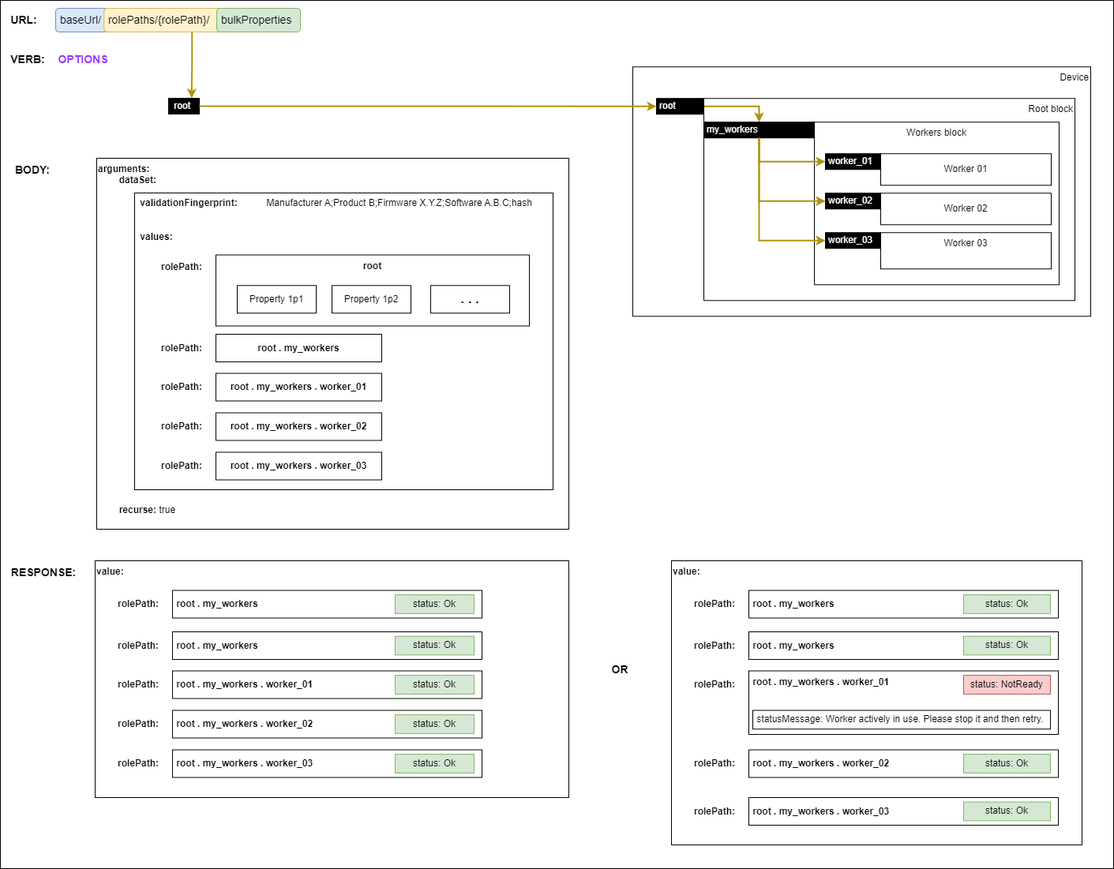
Above: docs/images/validating-full-backup.png in AMWA-TV/is-device-configuration (draw.io), before the change. Source tidied: cells renumbered, new cells last; positions are measured from the earlier drawing's top-left corner, leaving out a move shared by most shapes.
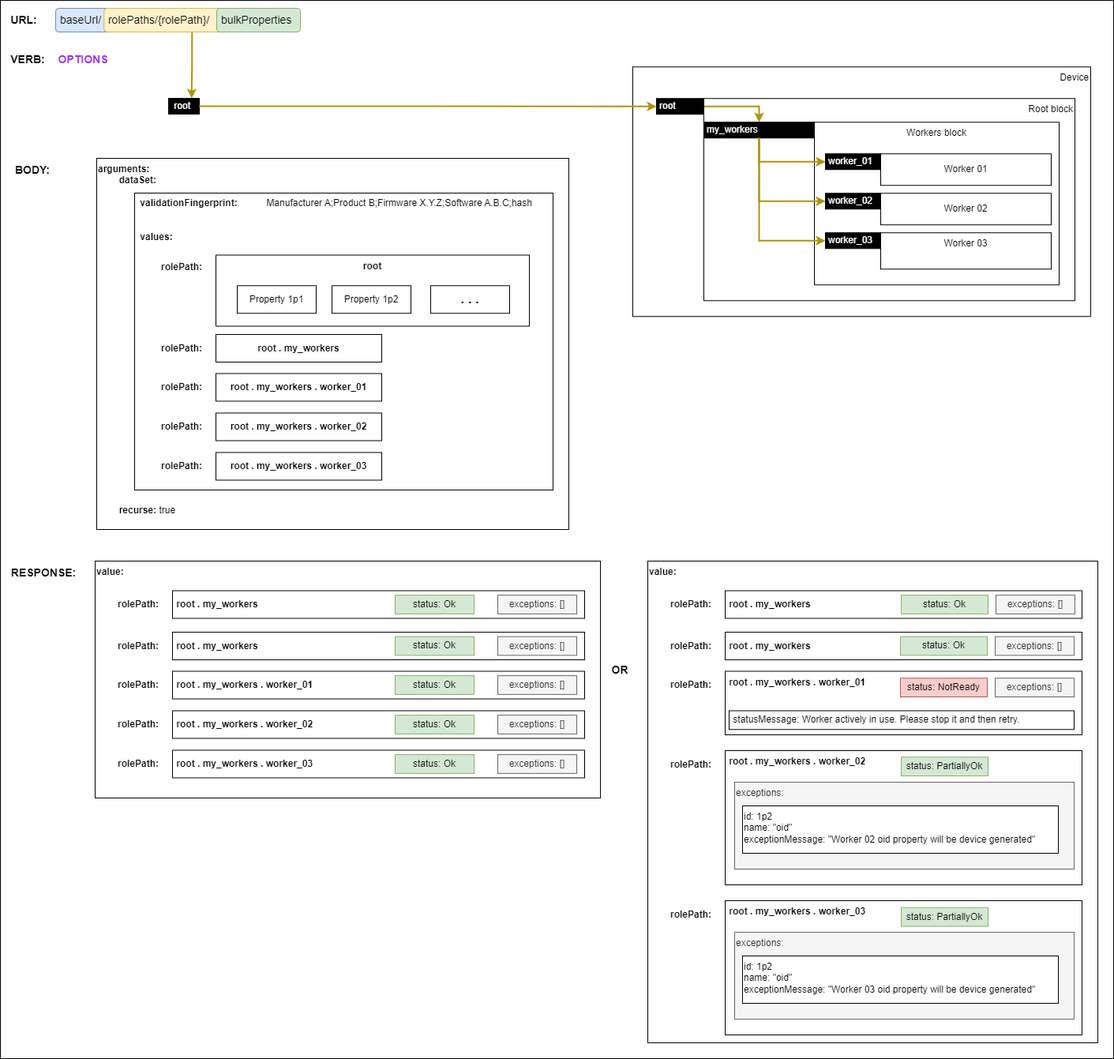
The same diagram one commit later.

Commit message:
Update validation and restore diagrams to include exception examples

Diff of the diagram source:
```diff
@@ -3,7 +3,7 @@
     <mxCell id="0" />
     <mxCell id="1" parent="0" />
     <mxCell id="2" style="rounded=0;whiteSpace=wrap;html=1;" parent="1" vertex="1">
-      <mxGeometry width="1410" height="1100" as="geometry" />
+      <mxGeometry width="1410" height="1340" as="geometry" />
     </mxCell>
     <mxCell id="3" value="&lt;div&gt;&lt;b&gt;arguments:&lt;/b&gt;&lt;/div&gt;&lt;div&gt;&lt;b&gt;&lt;span style=&quot;white-space: pre;&quot;&gt;&#9;&lt;/span&gt;dataSet:&lt;br&gt;&lt;/b&gt;&lt;/div&gt;&lt;div&gt;&lt;br&gt;&lt;/div&gt;&lt;div&gt;&lt;b&gt;&lt;span style=&quot;white-space: pre;&quot;&gt;&lt;span style=&quot;white-space: pre;&quot;&gt;&#9;&lt;/span&gt;&#9;&lt;/span&gt;validationFingerprint:&lt;/b&gt; &lt;span style=&quot;white-space: pre;&quot;&gt;&#9;&lt;/span&gt;&lt;span style=&quot;white-space: pre;&quot;&gt;&#9;&lt;/span&gt;Manufacturer A;Product B;Firmware X.Y.Z;Software A.B.C;hash&lt;br&gt;&lt;/div&gt;&lt;div&gt;&lt;br&gt;&lt;/div&gt;&lt;div&gt;&lt;br&gt;&lt;/div&gt;&lt;b&gt;&lt;span style=&quot;white-space: pre;&quot;&gt;&#9;&lt;span style=&quot;white-space: pre;&quot;&gt;&#9;&lt;/span&gt;&lt;/span&gt;values:&lt;/b&gt;&lt;div&gt;&lt;b&gt;&lt;br&gt;&lt;/b&gt;&lt;/div&gt;&lt;div&gt;&lt;b&gt;&lt;br&gt;&lt;/b&gt;&lt;/div&gt;&lt;div&gt;&lt;b&gt;&lt;br&gt;&lt;/b&gt;&lt;/div&gt;&lt;div&gt;&lt;b&gt;&lt;br&gt;&lt;/b&gt;&lt;/div&gt;&lt;div&gt;&lt;b&gt;&lt;br&gt;&lt;/b&gt;&lt;/div&gt;&lt;div&gt;&lt;b&gt;&lt;br&gt;&lt;/b&gt;&lt;/div&gt;&lt;div&gt;&lt;b&gt;&lt;br&gt;&lt;/b&gt;&lt;/div&gt;&lt;div&gt;&lt;b&gt;&lt;br&gt;&lt;/b&gt;&lt;/div&gt;&lt;div&gt;&lt;b&gt;&lt;br&gt;&lt;/b&gt;&lt;/div&gt;&lt;div&gt;&lt;b&gt;&lt;br&gt;&lt;/b&gt;&lt;/div&gt;&lt;div&gt;&lt;b&gt;&lt;br&gt;&lt;/b&gt;&lt;/div&gt;&lt;div&gt;&lt;b&gt;&lt;br&gt;&lt;/b&gt;&lt;/div&gt;&lt;div&gt;&lt;b&gt;&lt;br&gt;&lt;/b&gt;&lt;/div&gt;&lt;div&gt;&lt;b&gt;&lt;br&gt;&lt;/b&gt;&lt;/div&gt;&lt;div&gt;&lt;b&gt;&lt;br&gt;&lt;/b&gt;&lt;/div&gt;&lt;div&gt;&lt;b&gt;&lt;br&gt;&lt;/b&gt;&lt;/div&gt;&lt;div&gt;&lt;b&gt;&lt;br&gt;&lt;/b&gt;&lt;/div&gt;&lt;div&gt;&lt;b&gt;&lt;br&gt;&lt;/b&gt;&lt;/div&gt;&lt;div&gt;&lt;b&gt;&lt;br&gt;&lt;/b&gt;&lt;/div&gt;&lt;div&gt;&lt;b&gt;&lt;br&gt;&lt;/b&gt;&lt;/div&gt;&lt;div&gt;&lt;b&gt;&lt;br&gt;&lt;/b&gt;&lt;/div&gt;&lt;div&gt;&lt;b&gt;&lt;br&gt;&lt;/b&gt;&lt;/div&gt;&lt;div&gt;&lt;b&gt;&lt;br&gt;&lt;/b&gt;&lt;/div&gt;&lt;div&gt;&lt;b&gt;&lt;span style=&quot;white-space: pre;&quot;&gt;&#9;&lt;/span&gt;recurse:&lt;/b&gt; true&lt;br&gt;&lt;/div&gt;" style="rounded=0;whiteSpace=wrap;html=1;align=left;verticalAlign=top;" parent="1" vertex="1">
       <mxGeometry x="122" y="200" width="598" height="470" as="geometry" />
@@ -87,22 +87,22 @@
       <mxGeometry x="10" y="710" width="90" height="30" as="geometry" />
     </mxCell>
     <mxCell id="30" value="&lt;div&gt;&lt;b style=&quot;background-color: initial;&quot;&gt;value:&lt;/b&gt;&lt;br&gt;&lt;/div&gt;" style="rounded=0;whiteSpace=wrap;html=1;align=left;verticalAlign=top;" parent="1" vertex="1">
-      <mxGeometry x="120" y="710" width="600" height="300" as="geometry" />
+      <mxGeometry x="120" y="710" width="640" height="300" as="geometry" />
     </mxCell>
     <mxCell id="31" value="&lt;b&gt;rolePath:&lt;/b&gt;" style="text;html=1;align=center;verticalAlign=middle;whiteSpace=wrap;rounded=0;" parent="1" vertex="1">
       <mxGeometry x="145" y="750" width="60" height="30" as="geometry" />
     </mxCell>
     <mxCell id="32" value="&amp;nbsp;root . my_workers" style="rounded=0;whiteSpace=wrap;html=1;align=left;fontStyle=1;" parent="1" vertex="1">
-      <mxGeometry x="218" y="800" width="392" height="35" as="geometry" />
+      <mxGeometry x="218" y="800" width="522" height="35" as="geometry" />
     </mxCell>
     <mxCell id="33" value="&amp;nbsp;root . my_workers . worker_01" style="rounded=0;whiteSpace=wrap;html=1;align=left;fontStyle=1;" parent="1" vertex="1">
-      <mxGeometry x="218" y="849.5" width="392" height="35" as="geometry" />
+      <mxGeometry x="218" y="849.5" width="522" height="35" as="geometry" />
     </mxCell>
     <mxCell id="34" value="&amp;nbsp;root . my_workers . worker_02" style="rounded=0;whiteSpace=wrap;html=1;align=left;fontStyle=1;" parent="1" vertex="1">
-      <mxGeometry x="218" y="899.5" width="392" height="35" as="geometry" />
+      <mxGeometry x="218" y="899.5" width="522" height="35" as="geometry" />
     </mxCell>
     <mxCell id="35" value="&amp;nbsp;root . my_workers . worker_03" style="rounded=0;whiteSpace=wrap;html=1;align=left;fontStyle=1;" parent="1" vertex="1">
-      <mxGeometry x="218" y="949.5" width="392" height="35" as="geometry" />
+      <mxGeometry x="218" y="949.5" width="522" height="35" as="geometry" />
     </mxCell>
     <mxCell id="36" value="&lt;b&gt;rolePath:&lt;/b&gt;" style="text;html=1;align=center;verticalAlign=middle;whiteSpace=wrap;rounded=0;" parent="1" vertex="1">
       <mxGeometry x="145" y="802.5" width="60" height="30" as="geometry" />
@@ -159,7 +159,7 @@
       <mxGeometry x="200" y="575" width="60" height="30" as="geometry" />
     </mxCell>
     <mxCell id="54" value="&amp;nbsp;root . my_workers" style="rounded=0;whiteSpace=wrap;html=1;align=left;fontStyle=1;" parent="1" vertex="1">
-      <mxGeometry x="218" y="747.5" width="392" height="35" as="geometry" />
+      <mxGeometry x="218" y="747.5" width="522" height="35" as="geometry" />
     </mxCell>
     <mxCell id="55" value="status: Ok" style="rounded=0;whiteSpace=wrap;html=1;fillColor=#d5e8d4;strokeColor=#82b366;" parent="1" vertex="1">
       <mxGeometry x="500" y="753.1" width="100" height="23.8" as="geometry" />
@@ -177,58 +177,94 @@
       <mxGeometry x="500" y="955.1" width="100" height="23.8" as="geometry" />
     </mxCell>
     <mxCell id="60" value="&lt;div&gt;&lt;b style=&quot;background-color: initial;&quot;&gt;value:&lt;/b&gt;&lt;br&gt;&lt;/div&gt;" style="rounded=0;whiteSpace=wrap;html=1;align=left;verticalAlign=top;" parent="1" vertex="1">
-      <mxGeometry x="850" y="710" width="520" height="360" as="geometry" />
+      <mxGeometry x="820" y="710" width="570" height="610" as="geometry" />
     </mxCell>
     <mxCell id="61" value="&lt;b&gt;rolePath:&lt;/b&gt;" style="text;html=1;align=center;verticalAlign=middle;whiteSpace=wrap;rounded=0;" parent="1" vertex="1">
-      <mxGeometry x="875" y="750" width="60" height="30" as="geometry" />
+      <mxGeometry x="845" y="750" width="60" height="30" as="geometry" />
     </mxCell>
     <mxCell id="62" value="&amp;nbsp;root . my_workers" style="rounded=0;whiteSpace=wrap;html=1;align=left;fontStyle=1;" parent="1" vertex="1">
-      <mxGeometry x="948" y="800" width="392" height="35" as="geometry" />
+      <mxGeometry x="918" y="800" width="452" height="35" as="geometry" />
     </mxCell>
     <mxCell id="63" value="&amp;nbsp;root . my_workers . worker_01" style="rounded=0;whiteSpace=wrap;html=1;align=left;fontStyle=1;verticalAlign=top;" parent="1" vertex="1">
-      <mxGeometry x="948" y="849.5" width="392" height="80.5" as="geometry" />
+      <mxGeometry x="918" y="849.5" width="452" height="80.5" as="geometry" />
     </mxCell>
-    <mxCell id="64" value="&amp;nbsp;root . my_workers . worker_02" style="rounded=0;whiteSpace=wrap;html=1;align=left;fontStyle=1;" parent="1" vertex="1">
-      <mxGeometry x="948" y="949.5" width="392" height="35" as="geometry" />
-    </mxCell>
-    <mxCell id="65" value="&amp;nbsp;root . my_workers . worker_03" style="rounded=0;whiteSpace=wrap;html=1;align=left;fontStyle=1;" parent="1" vertex="1">
-      <mxGeometry x="948" y="1010" width="392" height="35" as="geometry" />
+    <mxCell id="65" value="&amp;nbsp;root . my_workers . worker_02" style="rounded=0;whiteSpace=wrap;html=1;align=left;fontStyle=1;verticalAlign=top;" parent="1" vertex="1">
+      <mxGeometry x="918" y="950" width="452" height="170" as="geometry" />
     </mxCell>
     <mxCell id="66" value="&lt;b&gt;rolePath:&lt;/b&gt;" style="text;html=1;align=center;verticalAlign=middle;whiteSpace=wrap;rounded=0;" parent="1" vertex="1">
-      <mxGeometry x="875" y="802.5" width="60" height="30" as="geometry" />
+      <mxGeometry x="845" y="802.5" width="60" height="30" as="geometry" />
     </mxCell>
     <mxCell id="67" value="&lt;b&gt;rolePath:&lt;/b&gt;" style="text;html=1;align=center;verticalAlign=middle;whiteSpace=wrap;rounded=0;" parent="1" vertex="1">
-      <mxGeometry x="875" y="852" width="60" height="30" as="geometry" />
+      <mxGeometry x="845" y="852" width="60" height="30" as="geometry" />
     </mxCell>
-    <mxCell id="68" value="&lt;b&gt;rolePath:&lt;/b&gt;" style="text;html=1;align=center;verticalAlign=middle;whiteSpace=wrap;rounded=0;" parent="1" vertex="1">
-      <mxGeometry x="875" y="952" width="60" height="30" as="geometry" />
-    </mxCell>
     <mxCell id="69" value="&lt;b&gt;rolePath:&lt;/b&gt;" style="text;html=1;align=center;verticalAlign=middle;whiteSpace=wrap;rounded=0;" parent="1" vertex="1">
-      <mxGeometry x="875" y="1012.5" width="60" height="30" as="geometry" />
+      <mxGeometry x="845" y="952.5" width="60" height="30" as="geometry" />
     </mxCell>
     <mxCell id="70" value="&amp;nbsp;root . my_workers" style="rounded=0;whiteSpace=wrap;html=1;align=left;fontStyle=1;" parent="1" vertex="1">
-      <mxGeometry x="948" y="747.5" width="392" height="35" as="geometry" />
+      <mxGeometry x="918" y="747.5" width="452" height="35" as="geometry" />
     </mxCell>
     <mxCell id="71" value="status: Ok" style="rounded=0;whiteSpace=wrap;html=1;fillColor=#d5e8d4;strokeColor=#82b366;" parent="1" vertex="1">
-      <mxGeometry x="1220" y="753.1" width="110" height="23.8" as="geometry" />
+      <mxGeometry x="1141" y="753.1" width="110" height="23.8" as="geometry" />
     </mxCell>
     <mxCell id="72" value="status: Ok" style="rounded=0;whiteSpace=wrap;html=1;strokeColor=#82b366;align=center;verticalAlign=middle;fontFamily=Helvetica;fontSize=12;fontColor=default;fillColor=#d5e8d4;" parent="1" vertex="1">
-      <mxGeometry x="1220" y="805.6" width="110" height="23.8" as="geometry" />
+      <mxGeometry x="1140" y="805.6" width="110" height="23.8" as="geometry" />
     </mxCell>
     <mxCell id="73" value="status: NotReady" style="rounded=0;whiteSpace=wrap;html=1;strokeColor=#b85450;align=center;verticalAlign=middle;fontFamily=Helvetica;fontSize=12;fillColor=#f8cecc;" parent="1" vertex="1">
-      <mxGeometry x="1220" y="855.1" width="110" height="23.8" as="geometry" />
+      <mxGeometry x="1140" y="858.2" width="110" height="23.8" as="geometry" />
     </mxCell>
-    <mxCell id="74" value="status: Ok" style="rounded=0;whiteSpace=wrap;html=1;strokeColor=#82b366;align=center;verticalAlign=middle;fontFamily=Helvetica;fontSize=12;fontColor=default;fillColor=#d5e8d4;" parent="1" vertex="1">
-      <mxGeometry x="1220" y="955.1" width="110" height="23.8" as="geometry" />
-    </mxCell>
-    <mxCell id="75" value="status: Ok" style="rounded=0;whiteSpace=wrap;html=1;strokeColor=#82b366;align=center;verticalAlign=middle;fontFamily=Helvetica;fontSize=12;fontColor=default;fillColor=#d5e8d4;" parent="1" vertex="1">
-      <mxGeometry x="1220" y="1015.6" width="110" height="23.8" as="geometry" />
+    <mxCell id="75" value="status: PartiallyOk" style="rounded=0;whiteSpace=wrap;html=1;strokeColor=#82b366;align=center;verticalAlign=middle;fontFamily=Helvetica;fontSize=12;fontColor=default;fillColor=#d5e8d4;" parent="1" vertex="1">
+      <mxGeometry x="1141" y="958.2" width="110" height="23.8" as="geometry" />
     </mxCell>
     <mxCell id="76" value="OR" style="text;html=1;strokeColor=none;fillColor=none;align=center;verticalAlign=middle;whiteSpace=wrap;rounded=0;fontStyle=1;fontSize=14;" parent="1" vertex="1">
       <mxGeometry x="740" y="832.5" width="90" height="30" as="geometry" />
     </mxCell>
     <mxCell id="77" value="&amp;nbsp;statusMessage: Worker actively in use. Please stop it and then retry." style="rounded=0;whiteSpace=wrap;html=1;align=left;verticalAlign=middle;fontFamily=Helvetica;fontSize=12;" parent="1" vertex="1">
-      <mxGeometry x="953" y="899.5" width="377" height="23.8" as="geometry" />
+      <mxGeometry x="923" y="899.5" width="437" height="23.8" as="geometry" />
     </mxCell>
+    <mxCell id="78" value="exceptions: []" style="rounded=0;whiteSpace=wrap;html=1;fillColor=#f5f5f5;fontColor=#333333;strokeColor=#666666;" parent="1" vertex="1">
+      <mxGeometry x="630" y="753.1" width="100" height="23.8" as="geometry" />
+    </mxCell>
+    <mxCell id="79" value="exceptions: []" style="rounded=0;whiteSpace=wrap;html=1;fillColor=#f5f5f5;fontColor=#333333;strokeColor=#666666;" parent="1" vertex="1">
+      <mxGeometry x="630" y="805.6" width="100" height="23.8" as="geometry" />
+    </mxCell>
+    <mxCell id="80" value="exceptions: []" style="rounded=0;whiteSpace=wrap;html=1;fillColor=#f5f5f5;fontColor=#333333;strokeColor=#666666;" parent="1" vertex="1">
+      <mxGeometry x="630" y="855.1" width="100" height="23.8" as="geometry" />
+    </mxCell>
+    <mxCell id="81" value="exceptions: []" style="rounded=0;whiteSpace=wrap;html=1;fillColor=#f5f5f5;fontColor=#333333;strokeColor=#666666;" parent="1" vertex="1">
+      <mxGeometry x="630" y="905.1" width="100" height="23.8" as="geometry" />
+    </mxCell>
+    <mxCell id="82" value="exceptions: []" style="rounded=0;whiteSpace=wrap;html=1;fillColor=#f5f5f5;fontColor=#333333;strokeColor=#666666;" parent="1" vertex="1">
+      <mxGeometry x="630" y="955.1" width="100" height="23.8" as="geometry" />
+    </mxCell>
+    <mxCell id="83" value="exceptions:" style="rounded=0;whiteSpace=wrap;html=1;fillColor=#f5f5f5;fontColor=#333333;strokeColor=#666666;verticalAlign=top;align=left;" parent="1" vertex="1">
+      <mxGeometry x="930" y="990" width="430" height="110" as="geometry" />
+    </mxCell>
+    <mxCell id="84" value="id: 1p2&lt;div&gt;name: &quot;oid&quot;&lt;br&gt;&lt;/div&gt;&lt;div&gt;exceptionMessage: &quot;Worker 02 oid property will be device generated&quot;&lt;br&gt;&lt;/div&gt;" style="rounded=0;whiteSpace=wrap;html=1;align=left;verticalAlign=top;fontFamily=Helvetica;fontSize=12;" parent="1" vertex="1">
+      <mxGeometry x="940" y="1020" width="400" height="60" as="geometry" />
+    </mxCell>
+    <mxCell id="85" value="&amp;nbsp;root . my_workers . worker_03" style="rounded=0;whiteSpace=wrap;html=1;align=left;fontStyle=1;verticalAlign=top;" parent="1" vertex="1">
+      <mxGeometry x="918" y="1140" width="452" height="170" as="geometry" />
+    </mxCell>
+    <mxCell id="68" value="&lt;b&gt;rolePath:&lt;/b&gt;" style="text;html=1;align=center;verticalAlign=middle;whiteSpace=wrap;rounded=0;" parent="1" vertex="1">
+      <mxGeometry x="845" y="1142.5" width="60" height="30" as="geometry" />
+    </mxCell>
+    <mxCell id="86" value="status: PartiallyOk" style="rounded=0;whiteSpace=wrap;html=1;strokeColor=#82b366;align=center;verticalAlign=middle;fontFamily=Helvetica;fontSize=12;fontColor=default;fillColor=#d5e8d4;" parent="1" vertex="1">
+      <mxGeometry x="1141" y="1148.8" width="110" height="23.8" as="geometry" />
+    </mxCell>
+    <mxCell id="87" value="exceptions: []" style="rounded=0;whiteSpace=wrap;html=1;fillColor=#f5f5f5;fontColor=#333333;strokeColor=#666666;" parent="1" vertex="1">
+      <mxGeometry x="1261" y="753.1" width="100" height="23.8" as="geometry" />
+    </mxCell>
+    <mxCell id="88" value="exceptions:" style="rounded=0;whiteSpace=wrap;html=1;fillColor=#f5f5f5;fontColor=#333333;strokeColor=#666666;verticalAlign=top;align=left;" parent="1" vertex="1">
+      <mxGeometry x="930" y="1180" width="430" height="110" as="geometry" />
+    </mxCell>
+    <mxCell id="89" value="id: 1p2&lt;div&gt;name: &quot;oid&quot;&lt;br&gt;&lt;/div&gt;&lt;div&gt;exceptionMessage: &quot;Worker 03 oid property will be device generated&quot;&lt;br&gt;&lt;/div&gt;" style="rounded=0;whiteSpace=wrap;html=1;align=left;verticalAlign=top;fontFamily=Helvetica;fontSize=12;" parent="1" vertex="1">
+      <mxGeometry x="940" y="1210" width="400" height="60" as="geometry" />
+    </mxCell>
+    <mxCell id="90" value="exceptions: []" style="rounded=0;whiteSpace=wrap;html=1;fillColor=#f5f5f5;fontColor=#333333;strokeColor=#666666;" parent="1" vertex="1">
+      <mxGeometry x="1260" y="805.6" width="100" height="23.8" as="geometry" />
+    </mxCell>
+    <mxCell id="91" value="exceptions: []" style="rounded=0;whiteSpace=wrap;html=1;fillColor=#f5f5f5;fontColor=#333333;strokeColor=#666666;" parent="1" vertex="1">
+      <mxGeometry x="1260" y="858.2" width="100" height="23.8" as="geometry" />
+    </mxCell>
   </root>
 </mxGraphModel>
```
